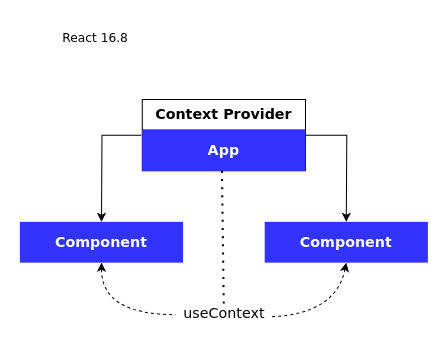
Before: ContextAPI.drawio in isotope2011/topeRepos, a draw.io diagram. Source tidied: cells renumbered, new cells numbered last; positions are measured from the earlier drawing's top-left corner, leaving out a move shared by most shapes. Both pictures are drawn from the tidied source at 102%, with x=0, y=0 at pixel (19, 17).
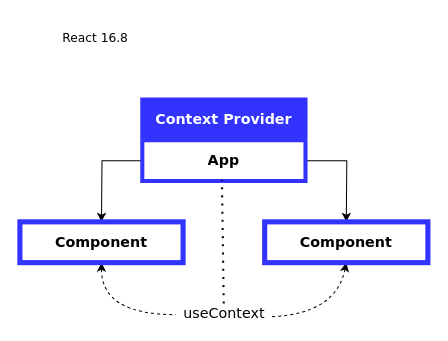
Above is the later version.

Diff of the diagram source:
```diff
@@
 <mxGraphModel>
   <root>
     <mxCell id="0" />
     <mxCell id="1" parent="0" />
     <mxCell id="2" value="React 16.8" style="text;html=1;strokeColor=none;fillColor=none;align=left;verticalAlign=middle;whiteSpace=wrap;rounded=0;fontFamily=Verdana;" parent="1" vertex="1">
       <mxGeometry x="40" width="160" height="40" as="geometry" />
     </mxCell>
-    <mxCell id="3" style="edgeStyle=orthogonalEdgeStyle;rounded=0;jettySize=auto;html=1;fontFamily=Verdana;exitX=-0.006;exitY=0.125;exitDx=0;exitDy=0;exitPerimeter=0;" parent="1" edge="1" source="6">
+    <mxCell id="3" style="edgeStyle=orthogonalEdgeStyle;rounded=0;jettySize=auto;html=1;fontFamily=Verdana;exitX=0;exitY=0.5;exitDx=0;exitDy=0;" parent="1" edge="1" source="6">
       <mxGeometry relative="1" as="geometry">
         <mxPoint x="80" y="200" as="targetPoint" />
       </mxGeometry>
     </mxCell>
-    <mxCell id="4" style="edgeStyle=orthogonalEdgeStyle;rounded=0;jettySize=auto;html=1;fontFamily=Verdana;fontSize=14;" parent="1" edge="1" source="5">
+    <mxCell id="4" style="edgeStyle=orthogonalEdgeStyle;rounded=0;jettySize=auto;html=1;fontFamily=Verdana;fontSize=14;exitX=1;exitY=0.5;exitDx=0;exitDy=0;" parent="1" edge="1" source="6">
       <mxGeometry relative="1" as="geometry">
         <mxPoint x="320" y="200" as="targetPoint" />
       </mxGeometry>
     </mxCell>
-    <mxCell id="5" value="Context Provider" style="shape=table;html=1;whiteSpace=wrap;startSize=30;childLayout=tableLayout;fontStyle=1;align=center;fontFamily=Verdana;strokeWidth=1;fillColor=#FFFFFF;fontSize=14;" parent="1" vertex="1">
-      <mxGeometry x="120" y="80" width="160" height="70" as="geometry" />
+    <mxCell id="5" value="Context Provider" style="shape=table;html=1;whiteSpace=wrap;startSize=40;childLayout=tableLayout;fontStyle=1;align=center;fontFamily=Verdana;strokeWidth=4;fontSize=14;strokeColor=#3333FF;fillColor=#3333FF;fontColor=#FFFFFF;" parent="1" vertex="1">
+      <mxGeometry x="120" y="80" width="160" height="80" as="geometry" />
     </mxCell>
     <mxCell id="6" style="shape=partialRectangle;html=1;whiteSpace=wrap;fillColor=none;top=0;left=0;bottom=0;right=0;points=[[0,0.5],[1,0.5]];portConstraint=eastwest;" parent="5" vertex="1">
-      <mxGeometry y="30" width="160" height="40" as="geometry" />
+      <mxGeometry y="40" width="160" height="40" as="geometry" />
     </mxCell>
-    <mxCell id="7" value="&lt;b&gt;&lt;font style=&quot;background-color: rgb(51 , 51 , 255) ; font-size: 14px&quot; face=&quot;Verdana&quot; color=&quot;#ffffff&quot;&gt;App&lt;/font&gt;&lt;/b&gt;" style="shape=partialRectangle;html=1;whiteSpace=wrap;top=0;left=0;bottom=0;right=0;overflow=hidden;strokeWidth=5;strokeColor=#FFFFFF;fillColor=#3333FF;perimeterSpacing=5;" parent="6" vertex="1">
+    <mxCell id="7" value="&lt;b&gt;&lt;font style=&quot;font-size: 14px&quot; face=&quot;Verdana&quot;&gt;App&lt;/font&gt;&lt;/b&gt;" style="shape=partialRectangle;html=1;whiteSpace=wrap;top=0;left=0;bottom=0;right=0;overflow=hidden;strokeWidth=5;perimeterSpacing=5;labelBackgroundColor=none;fillColor=none;" parent="6" vertex="1">
       <mxGeometry width="160" height="40" as="geometry" />
     </mxCell>
-    <mxCell id="8" value="&lt;b style=&quot;font-size: 14px;&quot;&gt;&lt;font style=&quot;font-size: 14px; background-color: rgb(51, 51, 255);&quot; face=&quot;Verdana&quot; color=&quot;#ffffff&quot;&gt;Component&lt;/font&gt;&lt;/b&gt;" style="shape=partialRectangle;html=1;whiteSpace=wrap;top=0;left=0;bottom=0;right=0;overflow=hidden;strokeWidth=5;strokeColor=#FFFFFF;fillColor=#3333FF;perimeterSpacing=5;fontSize=14;" parent="1" vertex="1">
-      <mxGeometry y="200" width="160" height="40" as="geometry" />
-    </mxCell>
-    <mxCell id="9" value="&lt;b style=&quot;font-size: 14px;&quot;&gt;&lt;font style=&quot;font-size: 14px; background-color: rgb(51, 51, 255);&quot; face=&quot;Verdana&quot; color=&quot;#ffffff&quot;&gt;Component&lt;/font&gt;&lt;/b&gt;" style="shape=partialRectangle;html=1;whiteSpace=wrap;top=0;left=0;bottom=0;right=0;overflow=hidden;strokeWidth=5;strokeColor=#FFFFFF;fillColor=#3333FF;perimeterSpacing=5;fontSize=14;" parent="1" vertex="1">
-      <mxGeometry x="240" y="200" width="160" height="40" as="geometry" />
-    </mxCell>
     <mxCell id="10" value="useContext" style="text;html=1;align=center;verticalAlign=middle;points=[];fontSize=14;fontFamily=Verdana;" parent="1" vertex="1">
       <mxGeometry x="155" y="280" width="90" height="20" as="geometry" />
     </mxCell>
     <mxCell id="11" style="endArrow=none;dashed=1;html=1;fontFamily=Verdana;fontSize=14;startArrow=classic;startFill=1;endFill=0;strokeWidth=1;curved=1;" parent="1" edge="1">
       <mxGeometry relative="1" as="geometry">
         <mxPoint x="80" y="240" as="sourcePoint" />
         <mxPoint x="153" y="291" as="targetPoint" />
         <Array as="points">
           <mxPoint x="80" y="291" />
         </Array>
       </mxGeometry>
     </mxCell>
     <mxCell id="12" style="endArrow=none;dashed=1;html=1;fontFamily=Verdana;fontSize=14;entryX=1.022;entryY=0.65;entryDx=0;entryDy=0;entryPerimeter=0;startArrow=classic;startFill=1;endFill=0;strokeWidth=1;curved=1;" parent="1" edge="1" target="10">
       <mxGeometry relative="1" as="geometry">
         <mxPoint x="320" y="240" as="sourcePoint" />
         <Array as="points">
           <mxPoint x="310" y="290" />
         </Array>
       </mxGeometry>
     </mxCell>
     <mxCell id="13" style="endArrow=none;dashed=1;html=1;dashPattern=1 3;strokeWidth=2;fontFamily=Verdana;fontSize=14;entryX=0.488;entryY=0.975;entryDx=0;entryDy=0;entryPerimeter=0;" parent="1" edge="1" source="10" target="6">
       <mxGeometry relative="1" as="geometry" />
     </mxCell>
+    <mxCell id="14" value="Component" style="rounded=0;whiteSpace=wrap;html=1;shadow=0;sketch=0;strokeWidth=5;fillColor=#ffffff;fontSize=14;fontColor=#000000;strokeColor=#3333FF;fontStyle=1;fontFamily=Verdana;" parent="1" vertex="1">
+      <mxGeometry y="200" width="160" height="40" as="geometry" />
+    </mxCell>
+    <mxCell id="15" value="Component" style="rounded=0;whiteSpace=wrap;html=1;shadow=0;sketch=0;strokeWidth=5;fillColor=#ffffff;fontSize=14;fontColor=#000000;strokeColor=#3333FF;fontStyle=1;fontFamily=Verdana;" parent="1" vertex="1">
+      <mxGeometry x="240" y="200" width="160" height="40" as="geometry" />
+    </mxCell>
   </root>
 </mxGraphModel>
```
